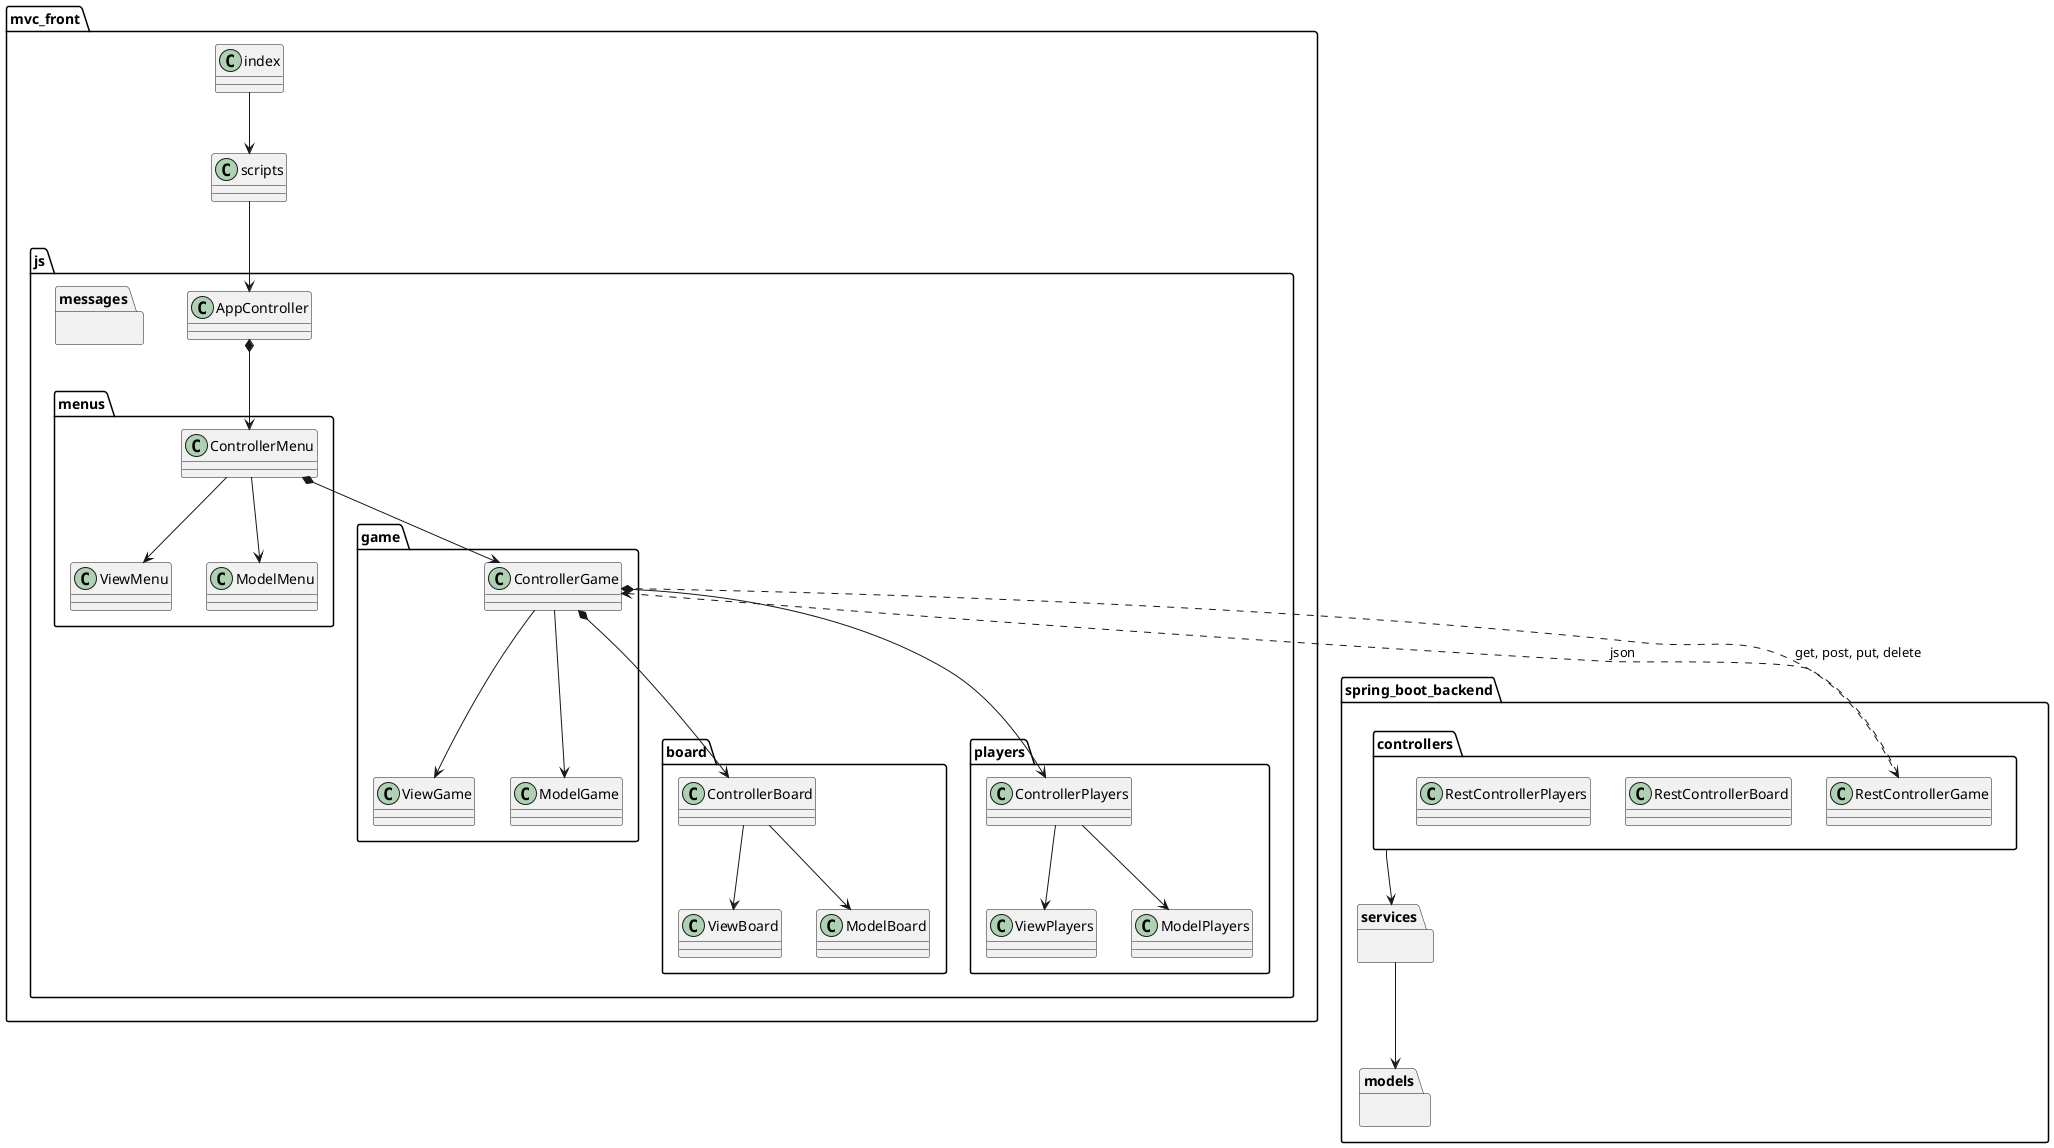
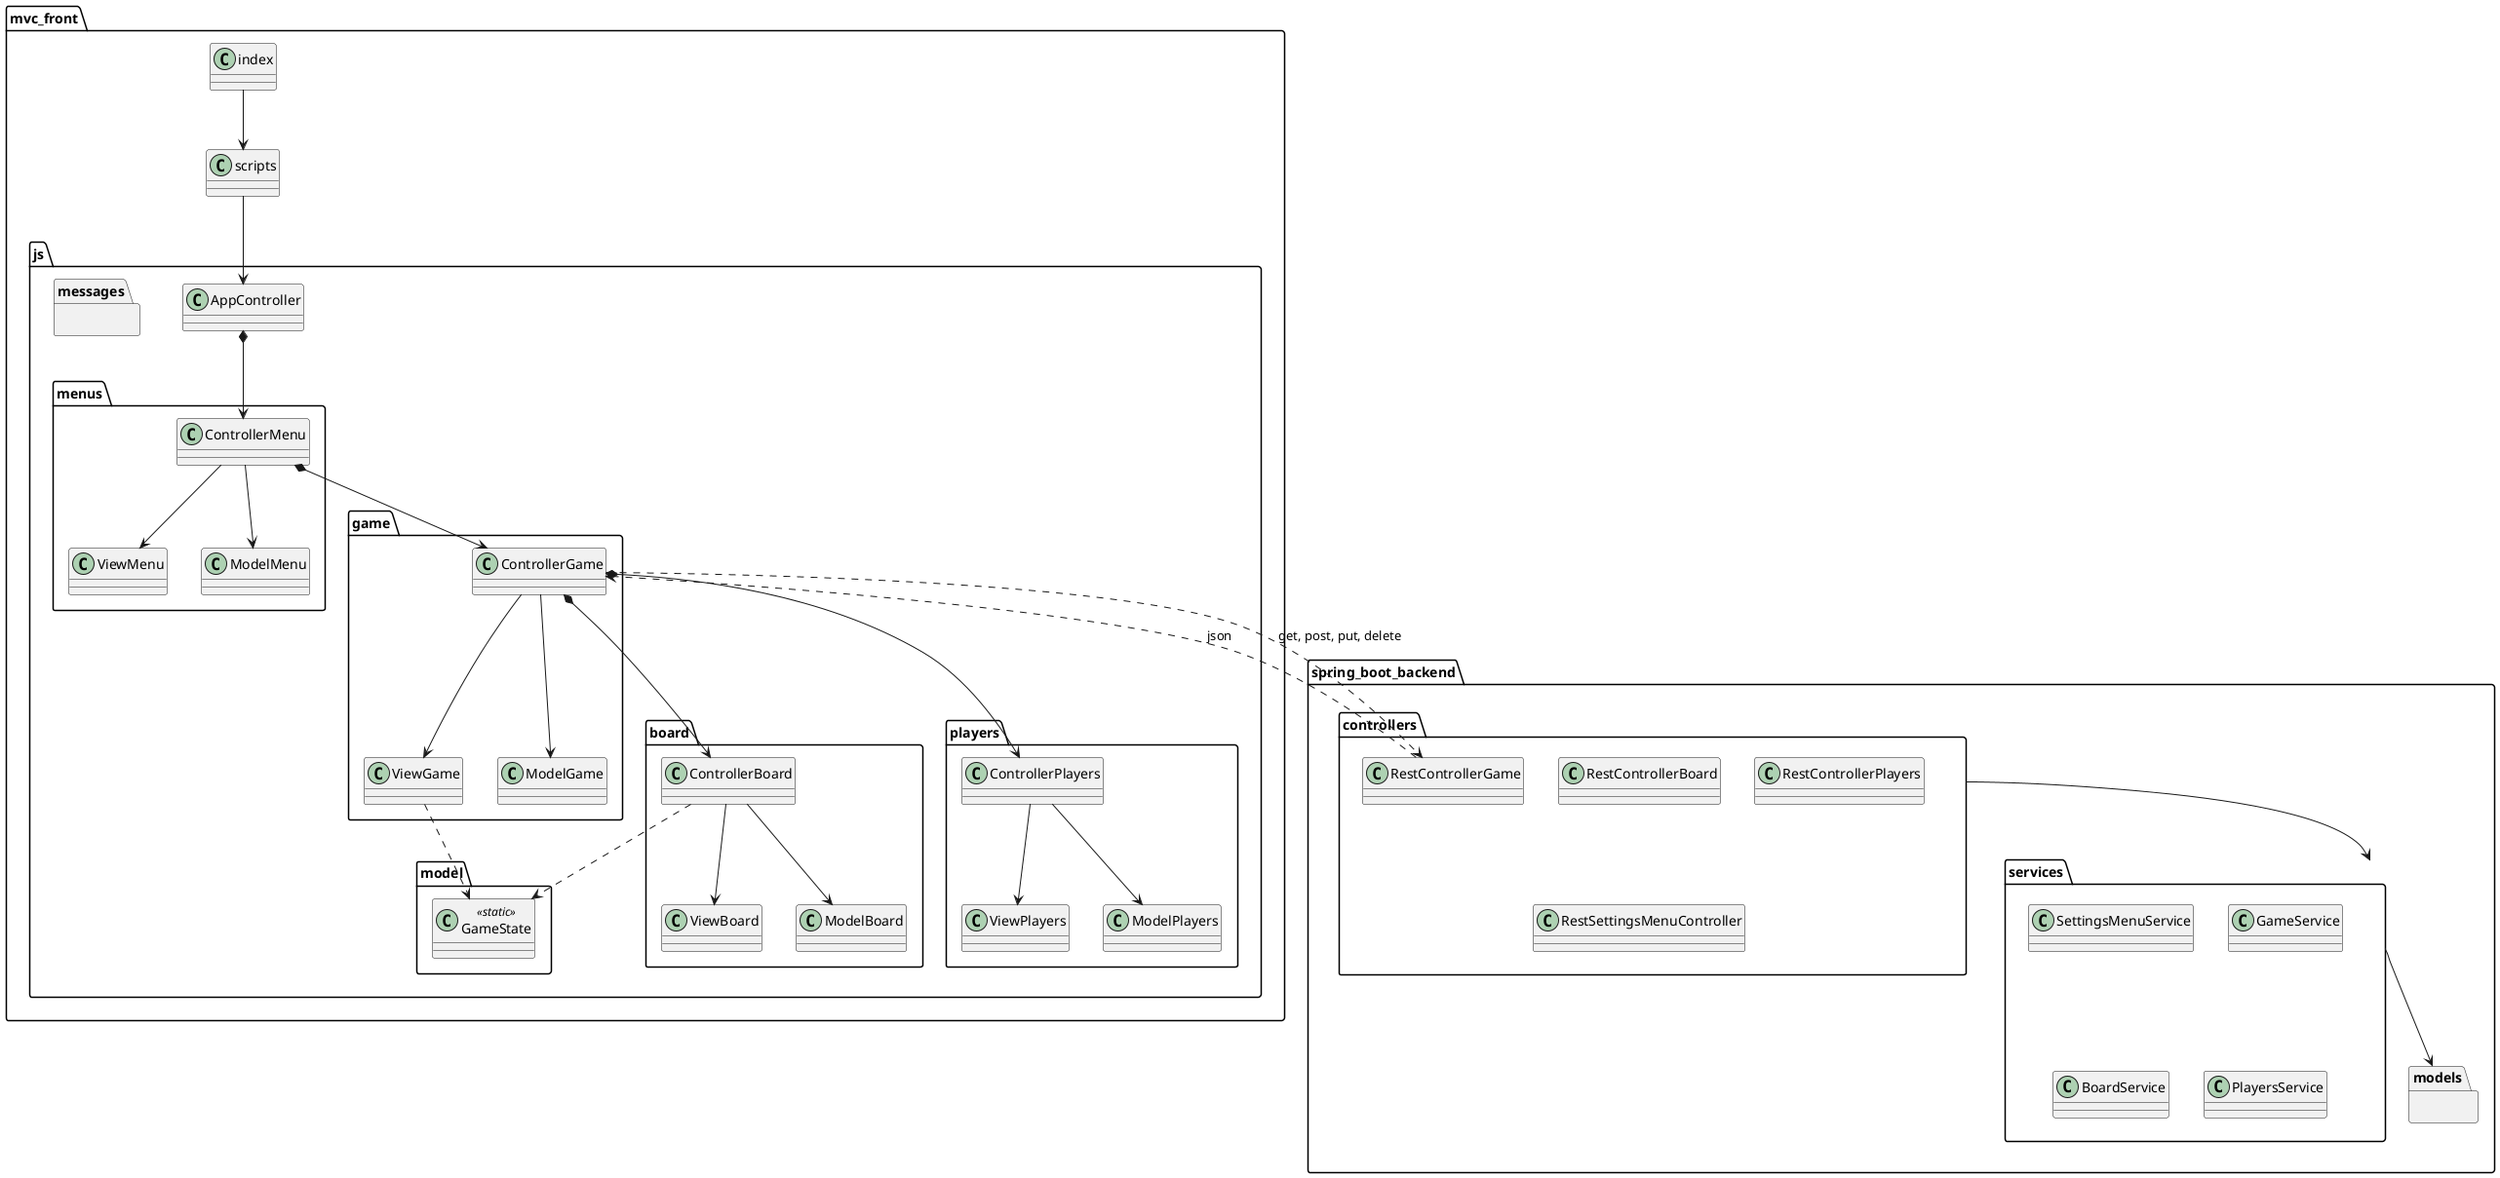
@startuml mvc_front

package "mvc_front" {
    class index {}
    class scripts {}
    package "js" {
        class AppController {}
        package "menus" {
            class ControllerMenu {}
            class ViewMenu {}
            class ModelMenu {}
        }
        package "game" {
            class ControllerGame {}
            class ViewGame {}
            class ModelGame {}
        }
        package "board" {
            class ControllerBoard {}
            class ViewBoard {}
            class ModelBoard {}
        }
        package "players" {
            class ControllerPlayers {}
            class ViewPlayers {}
            class ModelPlayers {}
        }
        package "messages" {}
+         package "model" {
+             class GameState <<static>> {}
+         }
    }
}

package "spring_boot_backend" {
    package "controllers" {
        class RestControllerGame {}
        class RestControllerBoard {}
        class RestControllerPlayers {}
+         class RestSettingsMenuController {}
    }
    package "services" {
- 
+         class SettingsMenuService {}
+         class GameService {}
+         class BoardService {}
+         class PlayersService {}
    }
    package "models" {

    }
}


index --> scripts
scripts --> AppController

AppController *--> ControllerMenu
ControllerMenu *--> ControllerGame
ControllerGame *--> ControllerBoard
ControllerGame *--> ControllerPlayers

ControllerGame --> ViewGame
ControllerGame --> ModelGame
ControllerMenu --> ViewMenu
ControllerMenu --> ModelMenu
ControllerBoard --> ViewBoard
ControllerBoard --> ModelBoard
ControllerPlayers --> ViewPlayers
ControllerPlayers --> ModelPlayers

ControllerGame <.. RestControllerGame : json
ControllerGame ..> RestControllerGame : get, post, put, delete

- 
- 
- 
controllers --> services
services --> models

+ ViewGame ..> GameState
+ ControllerBoard ..> GameState
+ 
@enduml